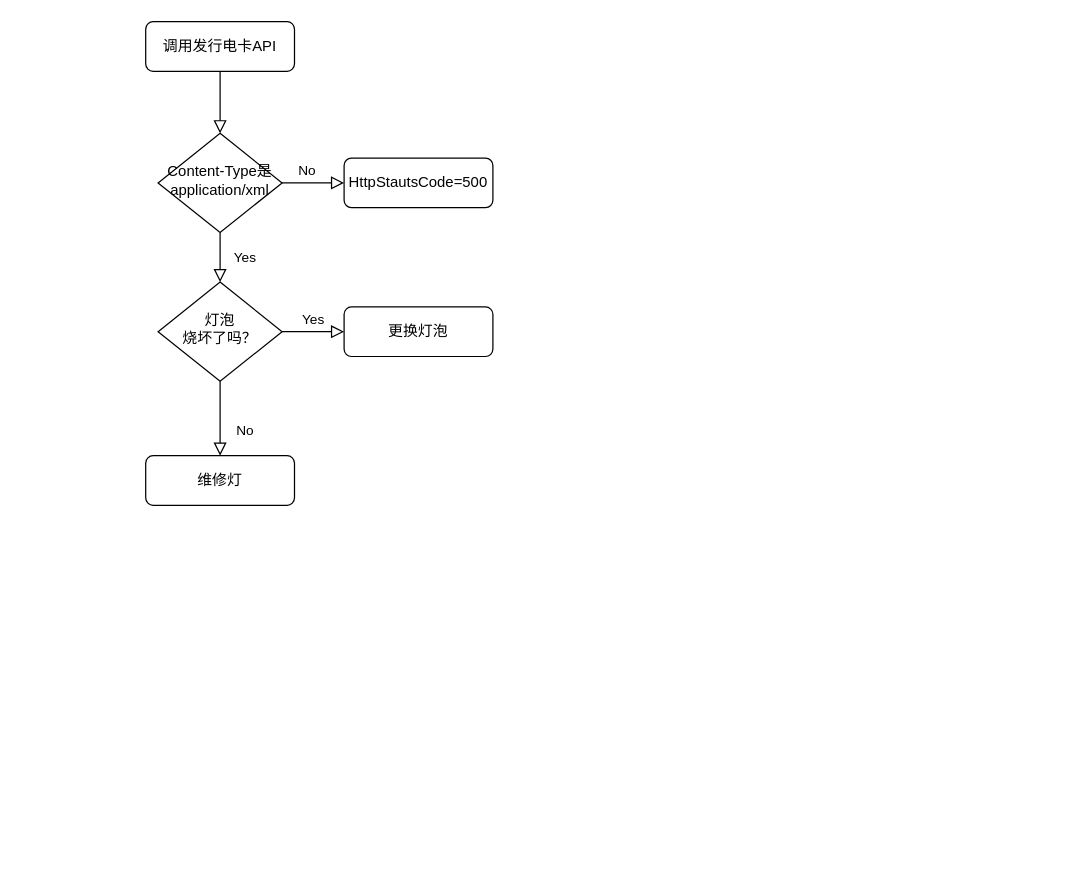
Earlier version of the draw.io diagram Untitled Diagram.drawio (zx1Alex/MyTest). Source tidied: cells renumbered, new cells numbered last; positions are measured from the earlier drawing's top-left corner, leaving out a move shared by most shapes. Both pictures are drawn from the tidied source at 124%, with x=0, y=0 at pixel (145, 21).
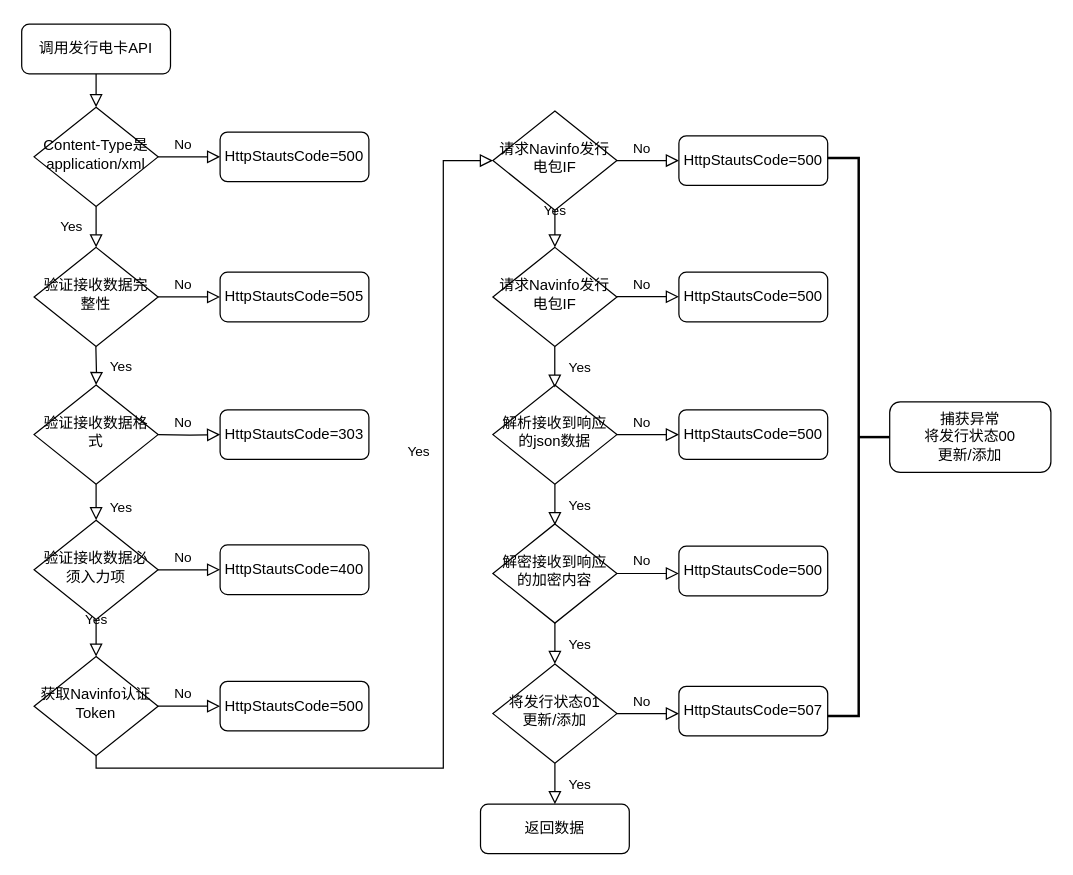
The same page after the edit.

Change to the diagram source:
```diff
@@
     <mxCell id="2" style="rounded=0;html=1;jettySize=auto;fontSize=11;endArrow=block;endFill=0;endSize=8;strokeWidth=1;shadow=0;labelBackgroundColor=none;edgeStyle=orthogonalEdgeStyle;" parent="1" edge="1" source="3" target="6">
-      <mxGeometry relative="1" as="geometry" />
+      <mxGeometry relative="1" as="geometry">
+        <Array as="points">
+          <mxPoint x="-40" y="49" />
+          <mxPoint x="-40" y="49" />
+        </Array>
+      </mxGeometry>
     </mxCell>
     <mxCell id="3" value="调用发行电卡API" style="rounded=1;whiteSpace=wrap;html=1;fontSize=12;glass=0;strokeWidth=1;shadow=0;" parent="1" vertex="1">
-      <mxGeometry width="120" height="40" as="geometry" />
+      <mxGeometry x="-100" y="2" width="120" height="40" as="geometry" />
     </mxCell>
@@
     <mxCell id="6" value="Content-Type是application/xml" style="rhombus;whiteSpace=wrap;html=1;shadow=0;fontFamily=Helvetica;fontSize=12;align=center;strokeWidth=1;spacing=6;spacingTop=-4;" parent="1" vertex="1">
-      <mxGeometry x="10" y="90" width="100" height="80" as="geometry" />
+      <mxGeometry x="-90" y="69" width="100" height="80" as="geometry" />
     </mxCell>
     <mxCell id="7" value="HttpStautsCode=500" style="rounded=1;whiteSpace=wrap;html=1;fontSize=12;glass=0;strokeWidth=1;shadow=0;" parent="1" vertex="1">
-      <mxGeometry x="160" y="110" width="120" height="40" as="geometry" />
+      <mxGeometry x="60" y="89" width="120" height="40" as="geometry" />
     </mxCell>
-    <mxCell id="8" value="No" style="rounded=0;html=1;jettySize=auto;fontSize=11;endArrow=block;endFill=0;endSize=8;strokeWidth=1;shadow=0;labelBackgroundColor=none;edgeStyle=orthogonalEdgeStyle;" parent="1" edge="1" source="10" target="11">
-      <mxGeometry x="0.33" y="20" relative="1" as="geometry" />
-    </mxCell>
-    <mxCell id="9" value="Yes" style="edgeStyle=orthogonalEdgeStyle;rounded=0;html=1;jettySize=auto;fontSize=11;endArrow=block;endFill=0;endSize=8;strokeWidth=1;shadow=0;labelBackgroundColor=none;" parent="1" edge="1" source="10" target="12">
-      <mxGeometry y="10" relative="1" as="geometry" />
+    <mxCell id="9" value="No" style="edgeStyle=orthogonalEdgeStyle;rounded=0;html=1;jettySize=auto;fontSize=11;endArrow=block;endFill=0;endSize=8;strokeWidth=1;shadow=0;labelBackgroundColor=none;" parent="1" edge="1" source="10" target="12">
+      <mxGeometry x="-0.2" y="10" relative="1" as="geometry" />
     </mxCell>
-    <mxCell id="10" value="灯泡&lt;br&gt;烧坏了吗？" style="rhombus;whiteSpace=wrap;html=1;shadow=0;fontFamily=Helvetica;fontSize=12;align=center;strokeWidth=1;spacing=6;spacingTop=-4;" parent="1" vertex="1">
-      <mxGeometry x="10" y="210" width="100" height="80" as="geometry" />
+    <mxCell id="10" value="验证接收数据完整性" style="rhombus;whiteSpace=wrap;html=1;shadow=0;fontFamily=Helvetica;fontSize=12;align=center;strokeWidth=1;spacing=6;spacingTop=-4;" parent="1" vertex="1">
+      <mxGeometry x="-90" y="182" width="100" height="80" as="geometry" />
     </mxCell>
-    <mxCell id="11" value="维修灯" style="rounded=1;whiteSpace=wrap;html=1;fontSize=12;glass=0;strokeWidth=1;shadow=0;" parent="1" vertex="1">
-      <mxGeometry y="350" width="120" height="40" as="geometry" />
+    <mxCell id="11" value="返回数据" style="rounded=1;whiteSpace=wrap;html=1;fontSize=12;glass=0;strokeWidth=1;shadow=0;" parent="1" vertex="1">
+      <mxGeometry x="270" y="631" width="120" height="40" as="geometry" />
     </mxCell>
-    <mxCell id="12" value="更换灯泡" style="rounded=1;whiteSpace=wrap;html=1;fontSize=12;glass=0;strokeWidth=1;shadow=0;" parent="1" vertex="1">
-      <mxGeometry x="160" y="230" width="120" height="40" as="geometry" />
+    <mxCell id="12" value="HttpStautsCode=505" style="rounded=1;whiteSpace=wrap;html=1;fontSize=12;glass=0;strokeWidth=1;shadow=0;" parent="1" vertex="1">
+      <mxGeometry x="60" y="202" width="120" height="40" as="geometry" />
     </mxCell>
+    <mxCell id="13" value="Yes" style="rounded=0;html=1;jettySize=auto;orthogonalLoop=1;fontSize=11;endArrow=block;endFill=0;endSize=8;strokeWidth=1;shadow=0;labelBackgroundColor=none;edgeStyle=orthogonalEdgeStyle;" parent="1" edge="1">
+      <mxGeometry x="0.33" y="20" relative="1" as="geometry">
+        <mxPoint x="-40" y="373" as="sourcePoint" />
+        <mxPoint x="-40" y="402" as="targetPoint" />
+      </mxGeometry>
+    </mxCell>
+    <mxCell id="14" value="No" style="edgeStyle=orthogonalEdgeStyle;rounded=0;html=1;jettySize=auto;fontSize=11;endArrow=block;endFill=0;endSize=8;strokeWidth=1;shadow=0;labelBackgroundColor=none;" parent="1" edge="1" target="16">
+      <mxGeometry x="-0.2" y="10" relative="1" as="geometry">
+        <mxPoint x="10" y="333" as="sourcePoint" />
+      </mxGeometry>
+    </mxCell>
+    <mxCell id="15" value="验证接收数据格式" style="rhombus;whiteSpace=wrap;html=1;shadow=0;fontFamily=Helvetica;fontSize=12;align=center;strokeWidth=1;spacing=6;spacingTop=-4;" parent="1" vertex="1">
+      <mxGeometry x="-90" y="293" width="100" height="80" as="geometry" />
+    </mxCell>
+    <mxCell id="16" value="HttpStautsCode=303" style="rounded=1;whiteSpace=wrap;html=1;fontSize=12;glass=0;strokeWidth=1;shadow=0;" parent="1" vertex="1">
+      <mxGeometry x="60" y="313" width="120" height="40" as="geometry" />
+    </mxCell>
+    <mxCell id="17" value="Yes" style="rounded=0;html=1;jettySize=auto;fontSize=11;endArrow=block;endFill=0;endSize=8;strokeWidth=1;shadow=0;labelBackgroundColor=none;edgeStyle=orthogonalEdgeStyle;" parent="1" edge="1" target="15">
+      <mxGeometry y="20" relative="1" as="geometry">
+        <mxPoint x="-40.2" y="262" as="sourcePoint" />
+      </mxGeometry>
+    </mxCell>
+    <mxCell id="18" value="Yes" style="rounded=0;html=1;jettySize=auto;fontSize=11;endArrow=block;endFill=0;endSize=8;strokeWidth=1;shadow=0;labelBackgroundColor=none;edgeStyle=orthogonalEdgeStyle;" parent="1" edge="1" source="20">
+      <mxGeometry x="0.33" y="20" relative="1" as="geometry">
+        <mxPoint x="-40" y="512" as="targetPoint" />
+      </mxGeometry>
+    </mxCell>
+    <mxCell id="19" value="No" style="edgeStyle=orthogonalEdgeStyle;rounded=0;html=1;jettySize=auto;fontSize=11;endArrow=block;endFill=0;endSize=8;strokeWidth=1;shadow=0;labelBackgroundColor=none;" parent="1" edge="1" source="20" target="21">
+      <mxGeometry x="-0.2" y="10" relative="1" as="geometry" />
+    </mxCell>
+    <mxCell id="20" value="验证接收数据必须入力项" style="rhombus;whiteSpace=wrap;html=1;shadow=0;fontFamily=Helvetica;fontSize=12;align=center;strokeWidth=1;spacing=6;spacingTop=-4;" parent="1" vertex="1">
+      <mxGeometry x="-90" y="402" width="100" height="80" as="geometry" />
+    </mxCell>
+    <mxCell id="21" value="HttpStautsCode=400" style="rounded=1;whiteSpace=wrap;html=1;fontSize=12;glass=0;strokeWidth=1;shadow=0;" parent="1" vertex="1">
+      <mxGeometry x="60" y="422" width="120" height="40" as="geometry" />
+    </mxCell>
+    <mxCell id="22" value="Yes" style="rounded=0;html=1;jettySize=auto;fontSize=11;endArrow=block;endFill=0;endSize=8;strokeWidth=1;shadow=0;labelBackgroundColor=none;edgeStyle=orthogonalEdgeStyle;entryX=0;entryY=0.5;entryDx=0;entryDy=0;" parent="1" edge="1" source="24" target="28">
+      <mxGeometry x="0.33" y="20" relative="1" as="geometry">
+        <Array as="points">
+          <mxPoint x="-40" y="602" />
+          <mxPoint x="240" y="602" />
+          <mxPoint x="240" y="112" />
+        </Array>
+      </mxGeometry>
+    </mxCell>
+    <mxCell id="23" value="No" style="edgeStyle=orthogonalEdgeStyle;rounded=0;html=1;jettySize=auto;fontSize=11;endArrow=block;endFill=0;endSize=8;strokeWidth=1;shadow=0;labelBackgroundColor=none;" parent="1" edge="1" source="24" target="25">
+      <mxGeometry x="-0.2" y="10" relative="1" as="geometry" />
+    </mxCell>
+    <mxCell id="24" value="获取Navinfo认证Token" style="rhombus;whiteSpace=wrap;html=1;shadow=0;fontFamily=Helvetica;fontSize=12;align=center;strokeWidth=1;spacing=6;spacingTop=-4;" parent="1" vertex="1">
+      <mxGeometry x="-90" y="512" width="100" height="80" as="geometry" />
+    </mxCell>
+    <mxCell id="25" value="HttpStautsCode=500" style="rounded=1;whiteSpace=wrap;html=1;fontSize=12;glass=0;strokeWidth=1;shadow=0;" parent="1" vertex="1">
+      <mxGeometry x="60" y="532" width="120" height="40" as="geometry" />
+    </mxCell>
+    <mxCell id="26" value="Yes" style="rounded=0;html=1;jettySize=auto;fontSize=11;endArrow=block;endFill=0;endSize=8;strokeWidth=1;shadow=0;labelBackgroundColor=none;edgeStyle=orthogonalEdgeStyle;" parent="1" edge="1" source="28">
+      <mxGeometry x="0.33" y="20" relative="1" as="geometry">
+        <mxPoint x="330" y="182" as="targetPoint" />
+      </mxGeometry>
+    </mxCell>
+    <mxCell id="27" value="No" style="edgeStyle=orthogonalEdgeStyle;rounded=0;html=1;jettySize=auto;fontSize=11;endArrow=block;endFill=0;endSize=8;strokeWidth=1;shadow=0;labelBackgroundColor=none;" parent="1" edge="1" source="28" target="29">
+      <mxGeometry x="-0.2" y="10" relative="1" as="geometry" />
+    </mxCell>
+    <mxCell id="28" value="请求Navinfo发行电包IF" style="rhombus;whiteSpace=wrap;html=1;shadow=0;fontFamily=Helvetica;fontSize=12;align=center;strokeWidth=1;spacing=6;spacingTop=-4;" parent="1" vertex="1">
+      <mxGeometry x="280" y="72" width="100" height="80" as="geometry" />
+    </mxCell>
+    <mxCell id="29" value="HttpStautsCode=500" style="rounded=1;whiteSpace=wrap;html=1;fontSize=12;glass=0;strokeWidth=1;shadow=0;" parent="1" vertex="1">
+      <mxGeometry x="430" y="92" width="120" height="40" as="geometry" />
+    </mxCell>
+    <mxCell id="30" value="请求Navinfo发行电包IF" style="rhombus;whiteSpace=wrap;html=1;shadow=0;fontFamily=Helvetica;fontSize=12;align=center;strokeWidth=1;spacing=6;spacingTop=-4;" parent="1" vertex="1">
+      <mxGeometry x="280" y="182" width="100" height="80" as="geometry" />
+    </mxCell>
+    <mxCell id="31" value="HttpStautsCode=500" style="rounded=1;whiteSpace=wrap;html=1;fontSize=12;glass=0;strokeWidth=1;shadow=0;" parent="1" vertex="1">
+      <mxGeometry x="430" y="202" width="120" height="40" as="geometry" />
+    </mxCell>
+    <mxCell id="32" value="No" style="edgeStyle=orthogonalEdgeStyle;rounded=0;html=1;jettySize=auto;orthogonalLoop=1;fontSize=11;endArrow=block;endFill=0;endSize=8;strokeWidth=1;shadow=0;labelBackgroundColor=none;" parent="1" edge="1">
+      <mxGeometry x="-0.2" y="10" relative="1" as="geometry">
+        <mxPoint x="380" y="221.8" as="sourcePoint" />
+        <mxPoint x="430" y="221.8" as="targetPoint" />
+      </mxGeometry>
+    </mxCell>
+    <mxCell id="33" value="Yes" style="rounded=0;html=1;jettySize=auto;fontSize=11;endArrow=block;endFill=0;endSize=8;strokeWidth=1;shadow=0;labelBackgroundColor=none;edgeStyle=orthogonalEdgeStyle;" parent="1" edge="1" source="35">
+      <mxGeometry y="20" relative="1" as="geometry">
+        <mxPoint x="330" y="406" as="targetPoint" />
+      </mxGeometry>
+    </mxCell>
+    <mxCell id="34" value="No" style="edgeStyle=orthogonalEdgeStyle;rounded=0;html=1;jettySize=auto;fontSize=11;endArrow=block;endFill=0;endSize=8;strokeWidth=1;shadow=0;labelBackgroundColor=none;" parent="1" edge="1" source="35" target="36">
+      <mxGeometry x="-0.2" y="10" relative="1" as="geometry" />
+    </mxCell>
+    <mxCell id="35" value="解析接收到响应的json数据" style="rhombus;whiteSpace=wrap;html=1;shadow=0;fontFamily=Helvetica;fontSize=12;align=center;strokeWidth=1;spacing=6;spacingTop=-4;" parent="1" vertex="1">
+      <mxGeometry x="280" y="293" width="100" height="80" as="geometry" />
+    </mxCell>
+    <mxCell id="36" value="HttpStautsCode=500" style="rounded=1;whiteSpace=wrap;html=1;fontSize=12;glass=0;strokeWidth=1;shadow=0;" parent="1" vertex="1">
+      <mxGeometry x="430" y="313" width="120" height="40" as="geometry" />
+    </mxCell>
+    <mxCell id="37" value="Yes" style="rounded=0;html=1;jettySize=auto;fontSize=11;endArrow=block;endFill=0;endSize=8;strokeWidth=1;shadow=0;labelBackgroundColor=none;edgeStyle=orthogonalEdgeStyle;" parent="1" edge="1" source="39">
+      <mxGeometry y="20" relative="1" as="geometry">
+        <mxPoint x="330" y="518" as="targetPoint" />
+      </mxGeometry>
+    </mxCell>
+    <mxCell id="38" value="No" style="edgeStyle=orthogonalEdgeStyle;rounded=0;html=1;jettySize=auto;fontSize=11;endArrow=block;endFill=0;endSize=8;strokeWidth=1;shadow=0;labelBackgroundColor=none;" parent="1" edge="1" source="39">
+      <mxGeometry x="-0.2" y="10" relative="1" as="geometry">
+        <mxPoint x="430" y="445" as="targetPoint" />
+      </mxGeometry>
+    </mxCell>
+    <mxCell id="39" value="解密接收到响应的加密内容" style="rhombus;whiteSpace=wrap;html=1;shadow=0;fontFamily=Helvetica;fontSize=12;align=center;strokeWidth=1;spacing=6;spacingTop=-4;" parent="1" vertex="1">
+      <mxGeometry x="280" y="405" width="100" height="80" as="geometry" />
+    </mxCell>
+    <mxCell id="40" value="HttpStautsCode=500" style="rounded=1;whiteSpace=wrap;html=1;fontSize=12;glass=0;strokeWidth=1;shadow=0;" parent="1" vertex="1">
+      <mxGeometry x="430" y="423" width="120" height="40" as="geometry" />
+    </mxCell>
+    <mxCell id="41" value="Yes" style="rounded=0;html=1;jettySize=auto;fontSize=11;endArrow=block;endFill=0;endSize=8;strokeWidth=1;shadow=0;labelBackgroundColor=none;edgeStyle=orthogonalEdgeStyle;" parent="1" edge="1" source="43">
+      <mxGeometry y="20" relative="1" as="geometry">
+        <mxPoint x="330" y="631" as="targetPoint" />
+      </mxGeometry>
+    </mxCell>
+    <mxCell id="42" value="No" style="edgeStyle=orthogonalEdgeStyle;rounded=0;html=1;jettySize=auto;fontSize=11;endArrow=block;endFill=0;endSize=8;strokeWidth=1;shadow=0;labelBackgroundColor=none;" parent="1" edge="1" source="43">
+      <mxGeometry x="-0.2" y="10" relative="1" as="geometry">
+        <mxPoint x="430" y="558" as="targetPoint" />
+      </mxGeometry>
+    </mxCell>
+    <mxCell id="43" value="将发行状态01&lt;br&gt;更新/添加" style="rhombus;whiteSpace=wrap;html=1;shadow=0;fontFamily=Helvetica;fontSize=12;align=center;strokeWidth=1;spacing=6;spacingTop=-4;" parent="1" vertex="1">
+      <mxGeometry x="280" y="518" width="100" height="80" as="geometry" />
+    </mxCell>
+    <mxCell id="44" value="HttpStautsCode=507" style="rounded=1;whiteSpace=wrap;html=1;fontSize=12;glass=0;strokeWidth=1;shadow=0;" parent="1" vertex="1">
+      <mxGeometry x="430" y="536" width="120" height="40" as="geometry" />
+    </mxCell>
+    <mxCell id="45" value="Yes" style="rounded=0;html=1;jettySize=auto;orthogonalLoop=1;fontSize=11;endArrow=block;endFill=0;endSize=8;strokeWidth=1;shadow=0;labelBackgroundColor=none;edgeStyle=orthogonalEdgeStyle;" parent="1" edge="1">
+      <mxGeometry y="20" relative="1" as="geometry">
+        <mxPoint x="329.9" y="262" as="sourcePoint" />
+        <mxPoint x="329.9" y="295.1" as="targetPoint" />
+      </mxGeometry>
+    </mxCell>
+    <mxCell id="46" style="strokeWidth=2;html=1;shape=mxgraph.flowchart.annotation_2;align=left;labelPosition=right;direction=west;" parent="1" vertex="1">
+      <mxGeometry x="550" y="110" width="50" height="450" as="geometry" />
+    </mxCell>
+    <mxCell id="47" value="捕获异常&lt;br&gt;将发行状态00&lt;br&gt;更新/添加" style="rounded=1;whiteSpace=wrap;html=1;fontSize=12;glass=0;strokeWidth=1;shadow=0;" parent="1" vertex="1">
+      <mxGeometry x="600" y="306.5" width="130" height="57" as="geometry" />
+    </mxCell>
```
